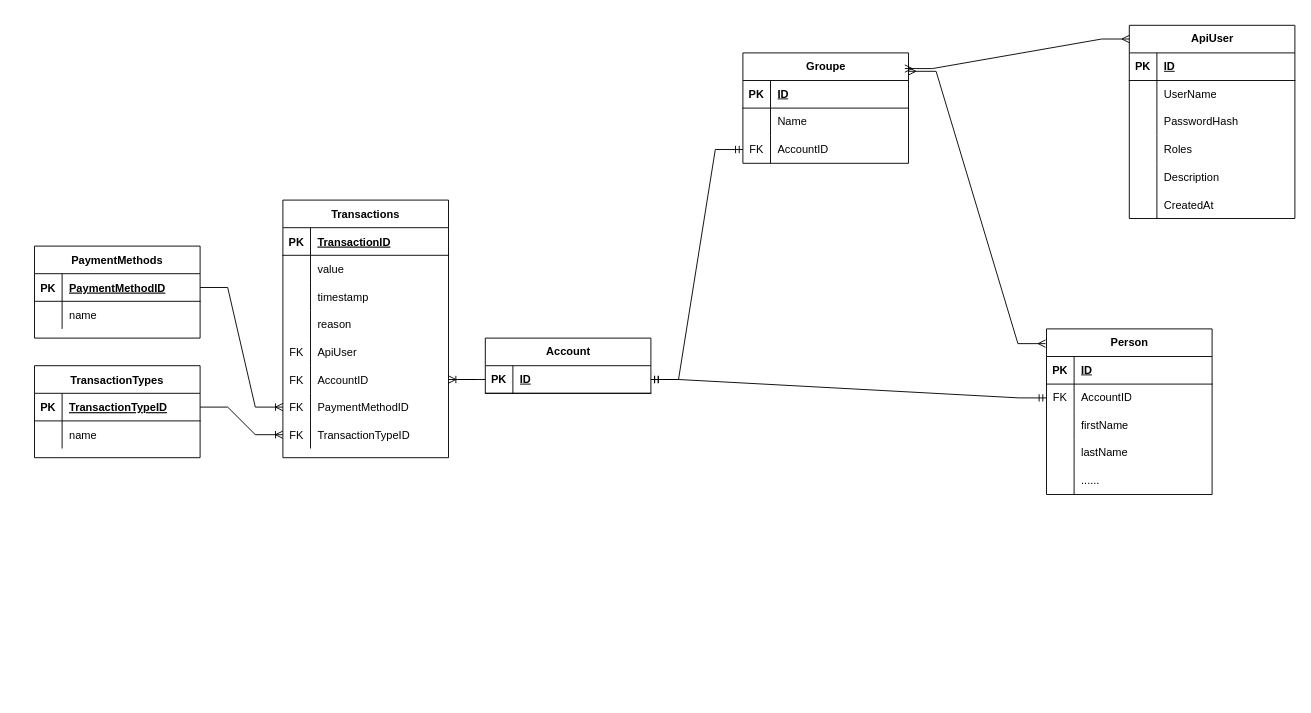
This is page "NEU" (1 of 2) of Backend/ER Diagramm.drawio from TheEinfachFelix/CampAdmin, a draw.io file, before an edit. Source tidied: cells renumbered, new cells numbered last; positions are measured from the earlier drawing's top-left corner, leaving out a move shared by most shapes. Both pictures are drawn from the tidied source at 92%, with x=0, y=0 at pixel (34, 25).
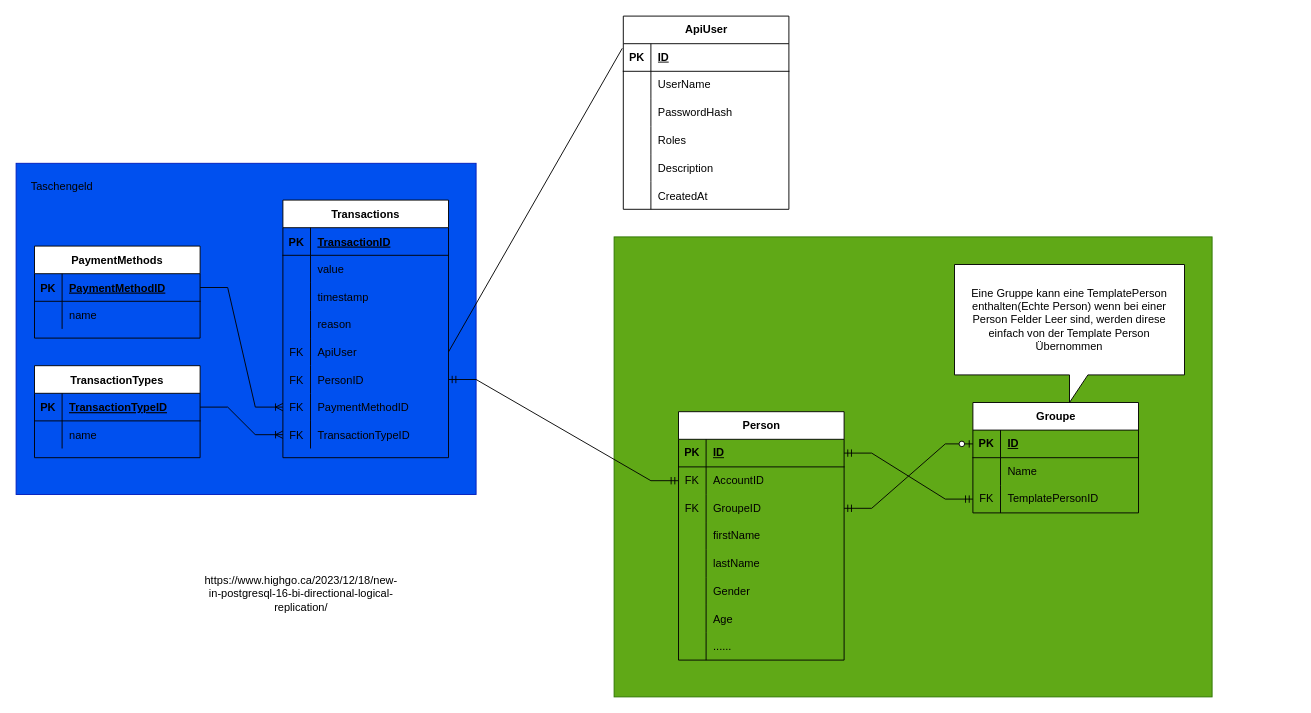
Above is the later version.

The change refers to these unchanged cells:
```xml
<mxCell id="3" style="shape=tableRow;horizontal=0;startSize=0;swimlaneHead=0;swimlaneBody=0;fillColor=none;points=[[0,0.5],[1,0.5]];portConstraint=eastwest;top=0;left=0;right=0;bottom=1;" parent="2" vertex="1">
  <mxGeometry y="30" width="180" height="30" as="geometry" />
</mxCell>
<mxCell id="9" style="shape=tableRow;horizontal=0;startSize=0;swimlaneHead=0;swimlaneBody=0;fillColor=none;points=[[0,0.5],[1,0.5]];portConstraint=eastwest;top=0;left=0;right=0;bottom=0;" parent="2" vertex="1">
  <mxGeometry y="90" width="180" height="30" as="geometry" />
</mxCell>
<mxCell id="13" style="shape=tableRow;horizontal=0;startSize=0;swimlaneHead=0;swimlaneBody=0;fillColor=none;points=[[0,0.5],[1,0.5]];portConstraint=eastwest;top=0;left=0;right=0;bottom=1;" parent="12" vertex="1">
  <mxGeometry y="30" width="180" height="30" as="geometry" />
</mxCell>
<mxCell id="32" style="shape=tableRow;horizontal=0;startSize=0;swimlaneHead=0;swimlaneBody=0;fillColor=none;points=[[0,0.5],[1,0.5]];portConstraint=eastwest;top=0;left=0;right=0;bottom=1;" parent="31" vertex="1">
  <mxGeometry y="30" width="180" height="30" as="geometry" />
</mxCell>
<mxCell id="35" style="shape=tableRow;horizontal=0;startSize=0;swimlaneHead=0;swimlaneBody=0;fillColor=none;points=[[0,0.5],[1,0.5]];portConstraint=eastwest;top=0;left=0;right=0;bottom=0;" parent="31" vertex="1">
  <mxGeometry y="60" width="180" height="30" as="geometry" />
</mxCell>
<mxCell id="68" style="shape=partialRectangle;fillColor=none;top=0;left=0;bottom=0;right=0;points=[[0,0.5],[1,0.5]];portConstraint=eastwest;" parent="55" vertex="1">
  <mxGeometry y="150" width="180" height="30" as="geometry" />
</mxCell>
<mxCell id="71" style="shape=partialRectangle;fillColor=none;top=0;left=0;bottom=0;right=0;points=[[0,0.5],[1,0.5]];portConstraint=eastwest;" parent="55" vertex="1">
  <mxGeometry y="180" width="180" height="30" as="geometry" />
</mxCell>
```

What changed in the source:
```diff
@@
+    <mxCell id="97" style="rounded=0;whiteSpace=wrap;html=1;fillColor=#60a917;fontColor=#ffffff;strokeColor=#2D7600;" parent="1" vertex="1">
+      <mxGeometry x="630" y="230" width="650" height="500" as="geometry" />
+    </mxCell>
+    <mxCell id="98" style="rounded=0;whiteSpace=wrap;html=1;fillColor=#0050ef;fontColor=#ffffff;strokeColor=#001DBC;" parent="1" vertex="1">
+      <mxGeometry x="-20" y="150" width="500" height="360" as="geometry" />
+    </mxCell>
     <mxCell id="2" value="Groupe" style="shape=table;startSize=30;childLayout=tableLayout;rowLines=0;fontStyle=1;align=center;html=1;" parent="1" vertex="1">
-      <mxGeometry x="770" y="30" width="180" height="120" as="geometry" />
+      <mxGeometry x="1020" y="410" width="180" height="120" as="geometry" />
     </mxCell>
@@
-    <mxCell id="11" value="AccountID" style="shape=partialRectangle;fillColor=none;top=0;left=0;bottom=0;right=0;align=left;spacingLeft=6;fontStyle=0;overflow=hidden;whiteSpace=wrap;html=1;" parent="9" vertex="1">
+    <mxCell id="11" value="TemplatePersonID" style="shape=partialRectangle;fillColor=none;top=0;left=0;bottom=0;right=0;align=left;spacingLeft=6;fontStyle=0;overflow=hidden;whiteSpace=wrap;html=1;" parent="9" vertex="1">
       <mxGeometry x="30" width="150" height="30" as="geometry" />
     </mxCell>
     <mxCell id="12" value="ApiUser" style="shape=table;startSize=30;childLayout=tableLayout;rowLines=0;fontStyle=1;align=center;html=1;" parent="1" vertex="1">
-      <mxGeometry x="1190" width="180" height="210" as="geometry" />
+      <mxGeometry x="640" y="-10" width="180" height="210" as="geometry" />
     </mxCell>
@@
     <mxCell id="31" value="Person" style="shape=table;startSize=30;childLayout=tableLayout;rowLines=0;fontStyle=1;align=center;html=1;" parent="1" vertex="1">
-      <mxGeometry x="1100" y="330" width="180" height="180" as="geometry" />
+      <mxGeometry x="700" y="420" width="180" height="270" as="geometry" />
     </mxCell>
@@
+    <mxCell id="99" style="shape=tableRow;horizontal=0;startSize=0;swimlaneHead=0;swimlaneBody=0;fillColor=none;points=[[0,0.5],[1,0.5]];portConstraint=eastwest;top=0;left=0;right=0;bottom=0;" parent="31" vertex="1">
+      <mxGeometry y="90" width="180" height="30" as="geometry" />
+    </mxCell>
+    <mxCell id="100" value="FK" style="shape=partialRectangle;fillColor=none;top=0;left=0;bottom=0;right=0;fontStyle=0;overflow=hidden;whiteSpace=wrap;html=1;" parent="99" vertex="1">
+      <mxGeometry width="30" height="30" as="geometry" />
+    </mxCell>
+    <mxCell id="101" value="GroupeID" style="shape=partialRectangle;fillColor=none;top=0;left=0;bottom=0;right=0;align=left;spacingLeft=6;fontStyle=0;overflow=hidden;whiteSpace=wrap;html=1;" parent="99" vertex="1">
+      <mxGeometry x="30" width="150" height="30" as="geometry" />
+    </mxCell>
     <mxCell id="38" style="shape=tableRow;horizontal=0;startSize=0;swimlaneHead=0;swimlaneBody=0;fillColor=none;top=0;left=0;right=0;bottom=0;" parent="31" vertex="1">
-      <mxGeometry y="90" width="180" height="30" as="geometry" />
+      <mxGeometry y="120" width="180" height="30" as="geometry" />
     </mxCell>
@@
     <mxCell id="41" style="shape=tableRow;horizontal=0;startSize=0;swimlaneHead=0;swimlaneBody=0;fillColor=none;top=0;left=0;right=0;bottom=0;" parent="31" vertex="1">
-      <mxGeometry y="120" width="180" height="30" as="geometry" />
+      <mxGeometry y="150" width="180" height="30" as="geometry" />
     </mxCell>
@@
+    <mxCell id="102" style="shape=tableRow;horizontal=0;startSize=0;swimlaneHead=0;swimlaneBody=0;fillColor=none;top=0;left=0;right=0;bottom=0;" parent="31" vertex="1">
+      <mxGeometry y="180" width="180" height="30" as="geometry" />
+    </mxCell>
+    <mxCell id="103" style="shape=partialRectangle;fillColor=none;top=0;left=0;bottom=0;right=0;overflow=hidden;" parent="102" vertex="1">
+      <mxGeometry width="30" height="30" as="geometry" />
+    </mxCell>
+    <mxCell id="104" value="Gender" style="shape=partialRectangle;fillColor=none;top=0;left=0;bottom=0;right=0;align=left;spacingLeft=6;overflow=hidden;" parent="102" vertex="1">
+      <mxGeometry x="30" width="150" height="30" as="geometry" />
+    </mxCell>
+    <mxCell id="105" style="shape=tableRow;horizontal=0;startSize=0;swimlaneHead=0;swimlaneBody=0;fillColor=none;top=0;left=0;right=0;bottom=0;" parent="31" vertex="1">
+      <mxGeometry y="210" width="180" height="30" as="geometry" />
+    </mxCell>
+    <mxCell id="106" style="shape=partialRectangle;fillColor=none;top=0;left=0;bottom=0;right=0;overflow=hidden;" parent="105" vertex="1">
+      <mxGeometry width="30" height="30" as="geometry" />
+    </mxCell>
+    <mxCell id="107" value="Age" style="shape=partialRectangle;fillColor=none;top=0;left=0;bottom=0;right=0;align=left;spacingLeft=6;overflow=hidden;" parent="105" vertex="1">
+      <mxGeometry x="30" width="150" height="30" as="geometry" />
+    </mxCell>
     <mxCell id="44" style="shape=tableRow;horizontal=0;startSize=0;swimlaneHead=0;swimlaneBody=0;fillColor=none;top=0;left=0;right=0;bottom=0;" parent="31" vertex="1">
-      <mxGeometry y="150" width="180" height="30" as="geometry" />
+      <mxGeometry y="240" width="180" height="30" as="geometry" />
     </mxCell>
@@
-    <mxCell id="47" value="Account" style="shape=table;startSize=30;childLayout=tableLayout;rowLines=0;fontStyle=1;align=center;html=1;" parent="1" vertex="1">
-      <mxGeometry x="490" y="340" width="180" height="60" as="geometry" />
-    </mxCell>
-    <mxCell id="48" style="shape=tableRow;horizontal=0;startSize=0;swimlaneHead=0;swimlaneBody=0;fillColor=none;points=[[0,0.5],[1,0.5]];portConstraint=eastwest;top=0;left=0;right=0;bottom=1;" parent="47" vertex="1">
-      <mxGeometry y="30" width="180" height="30" as="geometry" />
-    </mxCell>
-    <mxCell id="49" value="PK" style="shape=partialRectangle;fillColor=none;top=0;left=0;bottom=0;right=0;fontStyle=1;overflow=hidden;whiteSpace=wrap;html=1;" parent="48" vertex="1">
-      <mxGeometry width="30" height="30" as="geometry" />
-    </mxCell>
-    <mxCell id="50" value="ID" style="shape=partialRectangle;fillColor=none;top=0;left=0;bottom=0;right=0;align=left;spacingLeft=6;fontStyle=5;overflow=hidden;whiteSpace=wrap;html=1;" parent="48" vertex="1">
-      <mxGeometry x="30" width="150" height="30" as="geometry" />
-    </mxCell>
-    <mxCell id="51" style="edgeStyle=entityRelationEdgeStyle;fontSize=12;html=1;endArrow=ERmandOne;startArrow=ERmandOne;rounded=0;exitX=1;exitY=0.5;exitDx=0;exitDy=0;entryX=0;entryY=0.5;entryDx=0;entryDy=0;" parent="1" edge="1" source="48" target="35">
+    <mxCell id="51" style="edgeStyle=entityRelationEdgeStyle;fontSize=12;html=1;endArrow=ERmandOne;startArrow=ERmandOne;rounded=0;exitX=1;exitY=0.5;exitDx=0;exitDy=0;entryX=0;entryY=0.5;entryDx=0;entryDy=0;" parent="1" edge="1" source="71" target="35">
       <mxGeometry relative="1" as="geometry" />
     </mxCell>
-    <mxCell id="52" style="edgeStyle=entityRelationEdgeStyle;fontSize=12;html=1;endArrow=ERmandOne;startArrow=ERmandOne;rounded=0;exitX=1;exitY=0.5;exitDx=0;exitDy=0;entryX=0;entryY=0.5;entryDx=0;entryDy=0;" parent="1" edge="1" source="48" target="9">
-      <mxGeometry relative="1" as="geometry" />
-    </mxCell>
-    <mxCell id="53" style="edgeStyle=entityRelationEdgeStyle;fontSize=12;html=1;endArrow=ERmany;startArrow=ERmany;rounded=0;entryX=-0.006;entryY=0.089;entryDx=0;entryDy=0;entryPerimeter=0;" parent="1" edge="1" target="31">
-      <mxGeometry relative="1" as="geometry">
-        <mxPoint x="950" y="50" as="sourcePoint" />
-      </mxGeometry>
-    </mxCell>
-    <mxCell id="54" style="edgeStyle=entityRelationEdgeStyle;fontSize=12;html=1;endArrow=ERmany;startArrow=ERmany;rounded=0;entryX=0;entryY=0.071;entryDx=0;entryDy=0;entryPerimeter=0;exitX=0.978;exitY=0.142;exitDx=0;exitDy=0;exitPerimeter=0;" parent="1" edge="1" source="2" target="12">
-      <mxGeometry relative="1" as="geometry" />
-    </mxCell>
@@
-    <mxCell id="73" value="AccountID" style="shape=partialRectangle;fillColor=none;top=0;left=0;bottom=0;right=0;align=left;spacingLeft=6;fontStyle=0;overflow=hidden;" parent="71" vertex="1">
+    <mxCell id="73" value="PersonID" style="shape=partialRectangle;fillColor=none;top=0;left=0;bottom=0;right=0;align=left;spacingLeft=6;fontStyle=0;overflow=hidden;" parent="71" vertex="1">
       <mxGeometry x="30" width="150" height="30" as="geometry" />
     </mxCell>
@@
-    <mxCell id="96" style="edgeStyle=entityRelationEdgeStyle;fontSize=12;html=1;endArrow=ERoneToMany;rounded=0;exitX=0;exitY=0.5;exitDx=0;exitDy=0;entryX=1;entryY=0.5;entryDx=0;entryDy=0;" parent="1" edge="1" source="48" target="71">
-      <mxGeometry relative="1" as="geometry" />
-    </mxCell>
+    <mxCell id="108" style="edgeStyle=entityRelationEdgeStyle;fontSize=12;html=1;endArrow=ERzeroToOne;startArrow=ERmandOne;rounded=0;entryX=0;entryY=0.5;entryDx=0;entryDy=0;exitX=1;exitY=0.5;exitDx=0;exitDy=0;" parent="1" edge="1" source="99" target="3">
+      <mxGeometry relative="1" as="geometry" />
+    </mxCell>
+    <mxCell id="109" style="edgeStyle=entityRelationEdgeStyle;fontSize=12;html=1;endArrow=ERmandOne;startArrow=ERmandOne;rounded=0;exitX=1;exitY=0.5;exitDx=0;exitDy=0;entryX=0;entryY=0.5;entryDx=0;entryDy=0;" parent="1" edge="1" source="32" target="9">
+      <mxGeometry relative="1" as="geometry" />
+    </mxCell>
+    <mxCell id="110" value="Eine Gruppe kann eine TemplatePerson enthalten(Echte Person) wenn bei einer Person Felder Leer sind, werden direse einfach von der Template Person Übernommen" style="shape=callout;whiteSpace=wrap;html=1;perimeter=calloutPerimeter;" parent="1" vertex="1">
+      <mxGeometry x="1000" y="260" width="250" height="150" as="geometry" />
+    </mxCell>
+    <mxCell id="111" style="endArrow=none;html=1;rounded=0;exitX=1;exitY=0.5;exitDx=0;exitDy=0;entryX=-0.006;entryY=0.167;entryDx=0;entryDy=0;entryPerimeter=0;" parent="1" edge="1" source="68" target="13">
+      <mxGeometry relative="1" as="geometry" />
+    </mxCell>
+    <mxCell id="112" value="Taschengeld" style="text;html=1;align=center;verticalAlign=middle;whiteSpace=wrap;rounded=0;" parent="1" vertex="1">
+      <mxGeometry y="160" width="60" height="30" as="geometry" />
+    </mxCell>
+    <mxCell id="113" value="https://www.highgo.ca/2023/12/18/new-in-postgresql-16-bi-directional-logical-replication/&lt;div&gt;&lt;br&gt;&lt;/div&gt;" style="text;html=1;align=center;verticalAlign=middle;whiteSpace=wrap;rounded=0;" parent="1" vertex="1">
+      <mxGeometry x="260" y="610" width="60" height="30" as="geometry" />
+    </mxCell>
```
